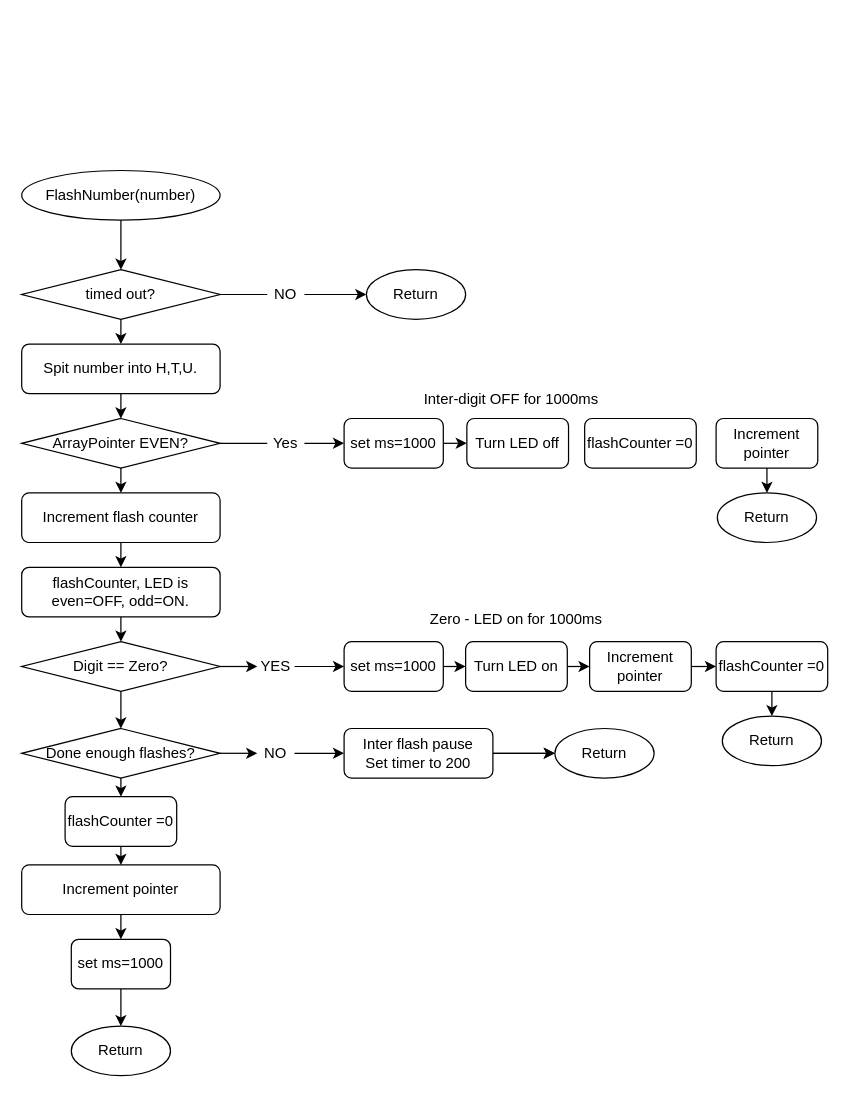
The draw.io diagram include/FlashNumber.drawio in RichardLangner/SimpleTimer, before the edit. Source tidied: cells renumbered, new cells numbered last; positions are measured from the earlier drawing's top-left corner, leaving out a move shared by most shapes. Both pictures are drawn from the tidied source at 124%, with x=0, y=0 at pixel (21, 170).
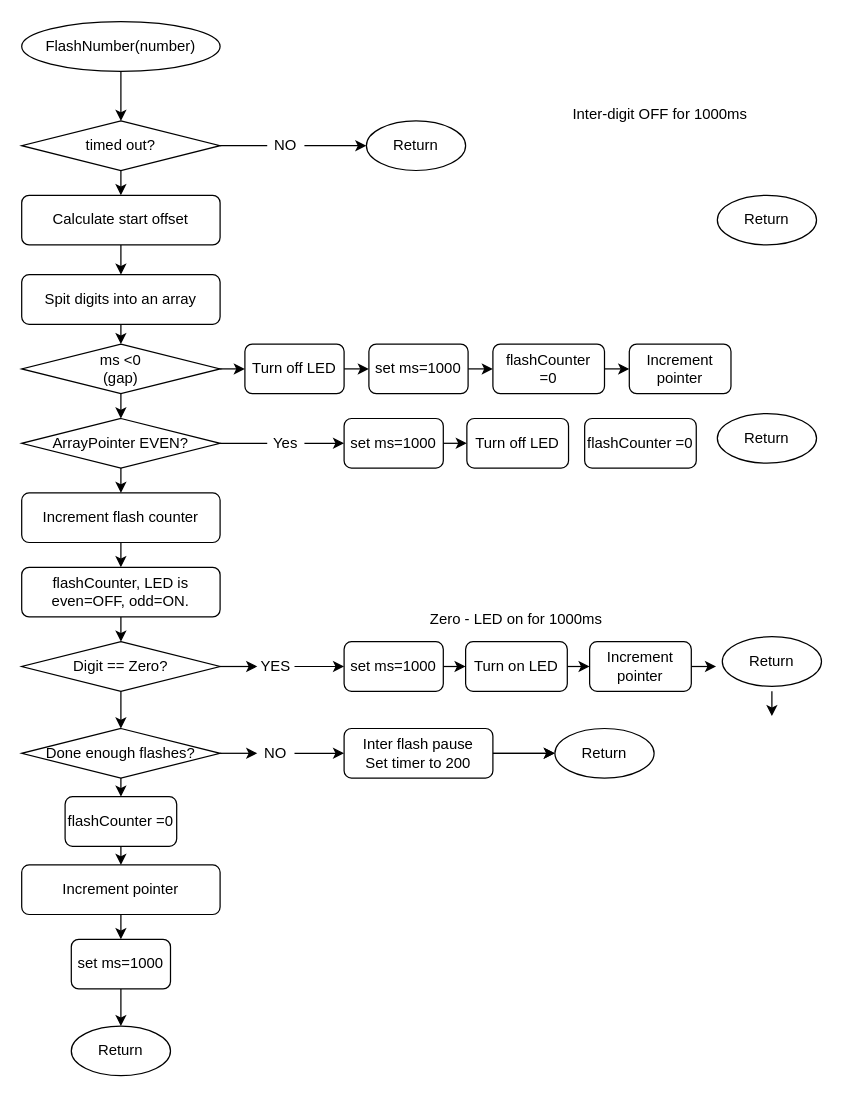
The same diagram, later.

Commit message:
Updating flow chart WIP

The change refers to these unchanged cells:
```xml
<mxCell id="33" value="ArrayPointer EVEN?" style="rhombus;whiteSpace=wrap;html=1;" parent="1" vertex="1">
  <mxGeometry y="200" width="160" height="40" as="geometry" />
</mxCell>
<mxCell id="50" value="Increment pointer" style="rounded=1;whiteSpace=wrap;html=1;" parent="1" vertex="1">
  <mxGeometry x="458" y="380" width="82" height="40" as="geometry" />
</mxCell>
```

The edit, as a diff of the source:
```diff
@@
-    <mxCell id="7" style="edgeStyle=none;html=1;" parent="1" edge="1" source="8" target="30">
-      <mxGeometry relative="1" as="geometry" />
-    </mxCell>
+    <mxCell id="62" style="edgeStyle=none;html=1;exitX=0.5;exitY=1;exitDx=0;exitDy=0;entryX=0.5;entryY=0;entryDx=0;entryDy=0;" parent="1" edge="1" source="8" target="65">
+      <mxGeometry relative="1" as="geometry" />
+    </mxCell>
     <mxCell id="8" value="timed out?" style="rhombus;whiteSpace=wrap;html=1;" parent="1" vertex="1">
-      <mxGeometry y="80" width="160" height="40" as="geometry" />
+      <mxGeometry y="-40" width="160" height="40" as="geometry" />
     </mxCell>
@@
     <mxCell id="12" value="FlashNumber(number)" style="ellipse;whiteSpace=wrap;html=1;" parent="1" vertex="1">
-      <mxGeometry width="160" height="40" as="geometry" />
+      <mxGeometry y="-120" width="160" height="40" as="geometry" />
     </mxCell>
     <mxCell id="13" value="Return" style="ellipse;whiteSpace=wrap;html=1;" parent="1" vertex="1">
-      <mxGeometry x="278" y="80" width="80" height="40" as="geometry" />
+      <mxGeometry x="278" y="-40" width="80" height="40" as="geometry" />
     </mxCell>
@@
     <mxCell id="17" value="NO" style="text;strokeColor=none;align=center;fillColor=none;html=1;verticalAlign=middle;whiteSpace=wrap;rounded=0;" parent="1" vertex="1">
-      <mxGeometry x="198" y="85" width="30" height="30" as="geometry" />
+      <mxGeometry x="198" y="-35" width="30" height="30" as="geometry" />
     </mxCell>
@@
     <mxCell id="23" value="Return" style="ellipse;whiteSpace=wrap;html=1;" parent="1" vertex="1">
-      <mxGeometry x="565" y="440" width="80" height="40" as="geometry" />
+      <mxGeometry x="565" y="376" width="80" height="40" as="geometry" />
     </mxCell>
@@
-    <mxCell id="29" style="edgeStyle=none;html=1;" parent="1" edge="1" source="30" target="33">
-      <mxGeometry relative="1" as="geometry" />
-    </mxCell>
+    <mxCell id="63" style="edgeStyle=none;html=1;entryX=0.5;entryY=0;entryDx=0;entryDy=0;" parent="1" edge="1" source="30" target="71">
+      <mxGeometry relative="1" as="geometry" />
+    </mxCell>
-    <mxCell id="30" value="Spit number into H,T,U." style="rounded=1;whiteSpace=wrap;html=1;" parent="1" vertex="1">
-      <mxGeometry y="140" width="160" height="40" as="geometry" />
+    <mxCell id="30" value="Spit digits into an array" style="rounded=1;whiteSpace=wrap;html=1;" parent="1" vertex="1">
+      <mxGeometry y="84" width="160" height="40" as="geometry" />
     </mxCell>
@@
-    <mxCell id="36" value="Turn LED off" style="rounded=1;whiteSpace=wrap;html=1;" parent="1" vertex="1">
+    <mxCell id="36" value="Turn off LED" style="rounded=1;whiteSpace=wrap;html=1;" parent="1" vertex="1">
       <mxGeometry x="359" y="200" width="82" height="40" as="geometry" />
     </mxCell>
     <mxCell id="37" value="Return" style="ellipse;whiteSpace=wrap;html=1;" parent="1" vertex="1">
-      <mxGeometry x="561" y="260" width="80" height="40" as="geometry" />
+      <mxGeometry x="561" y="196" width="80" height="40" as="geometry" />
     </mxCell>
     <mxCell id="38" value="Inter-digit OFF for 1000ms" style="text;strokeColor=none;align=center;fillColor=none;html=1;verticalAlign=middle;whiteSpace=wrap;rounded=0;" parent="1" vertex="1">
-      <mxGeometry x="280" y="170" width="230" height="30" as="geometry" />
+      <mxGeometry x="400" y="-60" width="230" height="30" as="geometry" />
     </mxCell>
@@
-    <mxCell id="41" style="edgeStyle=none;html=1;" parent="1" edge="1" source="42" target="37">
-      <mxGeometry relative="1" as="geometry" />
-    </mxCell>
     <mxCell id="42" value="Increment pointer" style="rounded=1;whiteSpace=wrap;html=1;" parent="1" vertex="1">
-      <mxGeometry x="560" y="200" width="82" height="40" as="geometry" />
+      <mxGeometry x="490" y="140" width="82" height="40" as="geometry" />
     </mxCell>
@@
-    <mxCell id="46" value="Turn LED on" style="rounded=1;whiteSpace=wrap;html=1;" parent="1" vertex="1">
+    <mxCell id="46" value="Turn on LED" style="rounded=1;whiteSpace=wrap;html=1;" parent="1" vertex="1">
       <mxGeometry x="358" y="380" width="82" height="40" as="geometry" />
     </mxCell>
@@
-    <mxCell id="48" style="edgeStyle=none;html=1;entryX=0.5;entryY=0;entryDx=0;entryDy=0;exitX=0.5;exitY=1;exitDx=0;exitDy=0;" parent="1" edge="1" source="51" target="23">
-      <mxGeometry relative="1" as="geometry" />
+    <mxCell id="48" style="edgeStyle=none;html=1;entryX=0.5;entryY=0;entryDx=0;entryDy=0;exitX=0.5;exitY=1;exitDx=0;exitDy=0;" parent="1" edge="1">
+      <mxGeometry relative="1" as="geometry">
+        <mxPoint x="605" y="420" as="sourcePoint" />
+        <mxPoint x="605" y="440" as="targetPoint" />
+      </mxGeometry>
     </mxCell>
-    <mxCell id="49" style="edgeStyle=none;html=1;" parent="1" edge="1" source="50" target="51">
-      <mxGeometry relative="1" as="geometry" />
+    <mxCell id="49" style="edgeStyle=none;html=1;" parent="1" edge="1" source="50">
+      <mxGeometry relative="1" as="geometry">
+        <mxPoint x="560" y="400" as="targetPoint" />
+      </mxGeometry>
     </mxCell>
@@
-    <mxCell id="51" value="flashCounter =0" style="rounded=1;whiteSpace=wrap;html=1;" parent="1" vertex="1">
-      <mxGeometry x="560" y="380" width="90" height="40" as="geometry" />
-    </mxCell>
@@
+    <mxCell id="64" style="edgeStyle=none;html=1;entryX=0.5;entryY=0;entryDx=0;entryDy=0;" parent="1" edge="1" source="65" target="30">
+      <mxGeometry relative="1" as="geometry" />
+    </mxCell>
+    <mxCell id="65" value="Calculate start offset" style="rounded=1;whiteSpace=wrap;html=1;" parent="1" vertex="1">
+      <mxGeometry y="20" width="160" height="40" as="geometry" />
+    </mxCell>
+    <mxCell id="66" value="Return" style="ellipse;whiteSpace=wrap;html=1;" parent="1" vertex="1">
+      <mxGeometry x="561" y="20" width="80" height="40" as="geometry" />
+    </mxCell>
+    <mxCell id="67" style="edgeStyle=none;html=1;" parent="1" edge="1" source="68" target="73">
+      <mxGeometry relative="1" as="geometry" />
+    </mxCell>
+    <mxCell id="68" value="Turn off LED" style="rounded=1;whiteSpace=wrap;html=1;" parent="1" vertex="1">
+      <mxGeometry x="180" y="140" width="80" height="40" as="geometry" />
+    </mxCell>
+    <mxCell id="69" style="edgeStyle=none;html=1;entryX=0.5;entryY=0;entryDx=0;entryDy=0;" parent="1" edge="1" source="71" target="33">
+      <mxGeometry relative="1" as="geometry" />
+    </mxCell>
+    <mxCell id="70" style="edgeStyle=none;html=1;" parent="1" edge="1" source="71" target="68">
+      <mxGeometry relative="1" as="geometry" />
+    </mxCell>
+    <mxCell id="71" value="ms &amp;lt;0&lt;br&gt;(gap)" style="rhombus;whiteSpace=wrap;html=1;" parent="1" vertex="1">
+      <mxGeometry y="140" width="160" height="40" as="geometry" />
+    </mxCell>
+    <mxCell id="72" style="edgeStyle=none;html=1;entryX=0;entryY=0.5;entryDx=0;entryDy=0;" parent="1" edge="1" source="73" target="51">
+      <mxGeometry relative="1" as="geometry" />
+    </mxCell>
+    <mxCell id="73" value="set ms=1000" style="rounded=1;whiteSpace=wrap;html=1;" parent="1" vertex="1">
+      <mxGeometry x="280" y="140" width="80" height="40" as="geometry" />
+    </mxCell>
+    <mxCell id="74" style="edgeStyle=none;html=1;" parent="1" edge="1" source="51" target="42">
+      <mxGeometry relative="1" as="geometry" />
+    </mxCell>
+    <mxCell id="51" value="flashCounter&lt;br&gt;=0" style="rounded=1;whiteSpace=wrap;html=1;" parent="1" vertex="1">
+      <mxGeometry x="380" y="140" width="90" height="40" as="geometry" />
+    </mxCell>
```
